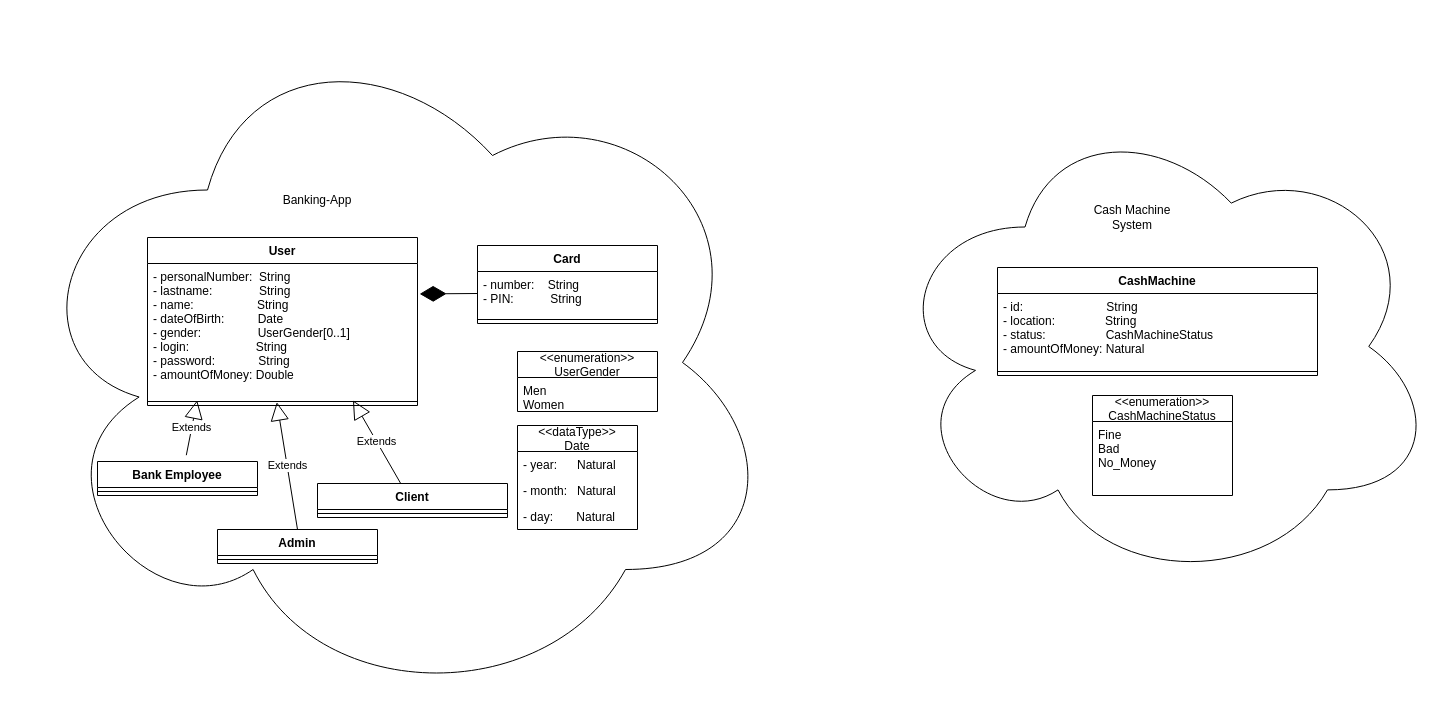
Before: docs/project_model.drawio in ramzesmosiej/banking-system, a draw.io diagram. Source tidied: cells renumbered, new cells numbered last; positions are measured from the earlier drawing's top-left corner, leaving out a move shared by most shapes. Both pictures are drawn from the tidied source at 100%, with x=0, y=0 at pixel (17, 17).
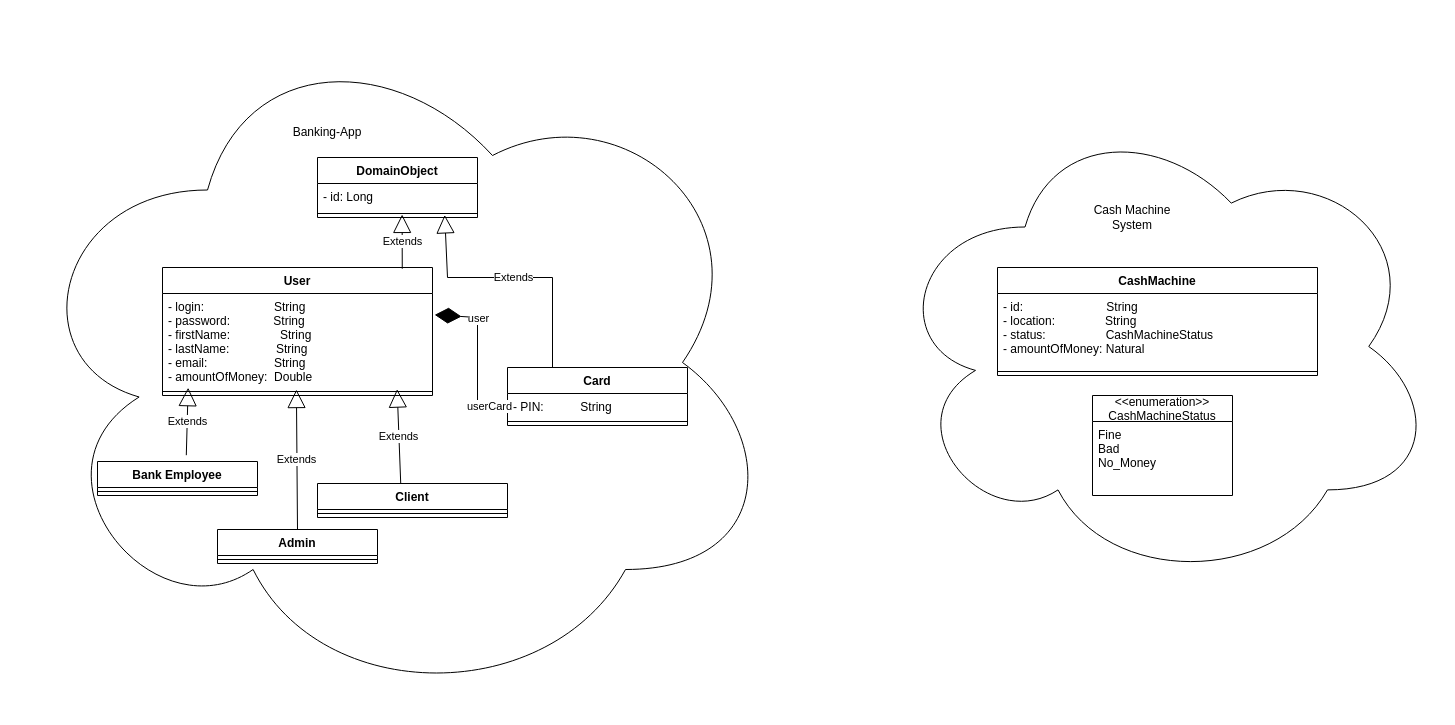
Above is the later version.

Commit message (it also covers changes not shown here):
correct diagram user entity

The change refers to these unchanged cells:
```xml
<mxCell id="16" value="Client" style="swimlane;fontStyle=1;align=center;verticalAlign=top;horizontal=1;startSize=26;" parent="1" vertex="1">
  <mxGeometry x="300" y="466" width="190" height="34" as="geometry" />
</mxCell>
<mxCell id="30" value="Admin" style="swimlane;fontStyle=1;align=center;verticalAlign=top;horizontal=1;startSize=26;" parent="1" vertex="1">
  <mxGeometry x="200" y="512" width="160" height="34" as="geometry" />
</mxCell>
```

Change to the diagram source:
```diff
@@
     <mxCell id="4" value="User" style="swimlane;fontStyle=1;align=center;verticalAlign=top;horizontal=1;startSize=26;" parent="1" vertex="1">
-      <mxGeometry x="130" y="220" width="270" height="168" as="geometry" />
+      <mxGeometry x="145" y="250" width="270" height="128" as="geometry" />
     </mxCell>
-    <mxCell id="5" value="- personalNumber:  String&#10;- lastname:              String&#10;- name:                   String&#10;- dateOfBirth:          Date&#10;- gender:                 UserGender[0..1]&#10;- login:                    String&#10;- password:             String&#10;- amountOfMoney: Double" style="text;strokeColor=none;fillColor=none;align=left;verticalAlign=top;spacingLeft=4;spacingRight=4;overflow=hidden;points=[[0,0.5],[1,0.5]];portConstraint=eastwest;" parent="4" vertex="1">
-      <mxGeometry y="26" width="270" height="134" as="geometry" />
+    <mxCell id="5" value="- login:                     String&#10;- password:             String&#10;- firstName:               String&#10;- lastName:              String&#10;- email:                    String&#10;- amountOfMoney:  Double" style="text;strokeColor=none;fillColor=none;align=left;verticalAlign=top;spacingLeft=4;spacingRight=4;overflow=hidden;points=[[0,0.5],[1,0.5]];portConstraint=eastwest;" parent="4" vertex="1">
+      <mxGeometry y="26" width="270" height="94" as="geometry" />
     </mxCell>
     <mxCell id="6" style="line;strokeWidth=1;fillColor=none;align=left;verticalAlign=middle;spacingTop=-1;spacingLeft=3;spacingRight=3;labelPosition=right;points=[];portConstraint=eastwest;strokeColor=inherit;" parent="4" vertex="1">
-      <mxGeometry y="160" width="270" height="8" as="geometry" />
+      <mxGeometry y="120" width="270" height="8" as="geometry" />
     </mxCell>
@@
-    <mxCell id="9" value="&lt;&lt;enumeration&gt;&gt;&#10;UserGender" style="swimlane;fontStyle=0;horizontal=1;startSize=26;fillColor=none;" parent="1" vertex="1">
-      <mxGeometry x="500" y="334" width="140" height="60" as="geometry" />
-    </mxCell>
-    <mxCell id="10" value="Men&#10;Women" style="text;strokeColor=none;fillColor=none;align=left;verticalAlign=top;spacingLeft=4;spacingRight=4;overflow=hidden;" parent="9" vertex="1">
-      <mxGeometry y="26" width="140" height="34" as="geometry" />
-    </mxCell>
-    <mxCell id="11" value="&lt;&lt;dataType&gt;&gt;&#10;Date" style="swimlane;fontStyle=0;horizontal=1;startSize=26;fillColor=none;" parent="1" vertex="1">
-      <mxGeometry x="500" y="408" width="120" height="104" as="geometry" />
-    </mxCell>
-    <mxCell id="12" value="- year:      Natural" style="text;strokeColor=none;fillColor=none;align=left;verticalAlign=top;spacingLeft=4;spacingRight=4;overflow=hidden;" parent="11" vertex="1">
-      <mxGeometry y="26" width="120" height="26" as="geometry" />
-    </mxCell>
-    <mxCell id="13" value="- month:   Natural" style="text;strokeColor=none;fillColor=none;align=left;verticalAlign=top;spacingLeft=4;spacingRight=4;overflow=hidden;" parent="11" vertex="1">
-      <mxGeometry y="52" width="120" height="26" as="geometry" />
-    </mxCell>
-    <mxCell id="14" value="- day:       Natural" style="text;strokeColor=none;fillColor=none;align=left;verticalAlign=top;spacingLeft=4;spacingRight=4;overflow=hidden;" parent="11" vertex="1">
-      <mxGeometry y="78" width="120" height="26" as="geometry" />
-    </mxCell>
-    <mxCell id="15" value="Extends" style="endArrow=block;endSize=16;endFill=0;html=1;rounded=0;entryX=0.184;entryY=0.363;entryDx=0;entryDy=0;entryPerimeter=0;exitX=0.555;exitY=-0.009;exitDx=0;exitDy=0;exitPerimeter=0;" parent="1" edge="1" target="6">
+    <mxCell id="15" value="Extends" style="endArrow=block;endSize=16;endFill=0;html=1;rounded=0;entryX=0.095;entryY=1.002;entryDx=0;entryDy=0;entryPerimeter=0;exitX=0.555;exitY=-0.009;exitDx=0;exitDy=0;exitPerimeter=0;" parent="1" edge="1" target="5">
       <mxGeometry relative="1" as="geometry">
         <mxPoint x="168.8" y="437.7" as="sourcePoint" />
       </mxGeometry>
     </mxCell>
@@
-    <mxCell id="18" value="Extends" style="endArrow=block;endSize=16;endFill=0;html=1;rounded=0;entryX=0.761;entryY=0.363;entryDx=0;entryDy=0;entryPerimeter=0;exitX=0.438;exitY=0;exitDx=0;exitDy=0;exitPerimeter=0;" parent="1" edge="1" source="16" target="6">
+    <mxCell id="18" value="Extends" style="endArrow=block;endSize=16;endFill=0;html=1;rounded=0;entryX=0.869;entryY=1.017;entryDx=0;entryDy=0;entryPerimeter=0;exitX=0.438;exitY=0;exitDx=0;exitDy=0;exitPerimeter=0;" parent="1" edge="1" source="16" target="5">
       <mxGeometry relative="1" as="geometry" />
     </mxCell>
     <mxCell id="19" value="Card" style="swimlane;fontStyle=1;align=center;verticalAlign=top;horizontal=1;startSize=26;" parent="1" vertex="1">
-      <mxGeometry x="460" y="228" width="180" height="78" as="geometry" />
+      <mxGeometry x="490" y="350" width="180" height="58" as="geometry" />
     </mxCell>
-    <mxCell id="20" value="- number:    String&#10;- PIN:           String&#10;" style="text;strokeColor=none;fillColor=none;align=left;verticalAlign=top;spacingLeft=4;spacingRight=4;overflow=hidden;points=[[0,0.5],[1,0.5]];portConstraint=eastwest;" parent="19" vertex="1">
-      <mxGeometry y="26" width="180" height="44" as="geometry" />
+    <mxCell id="20" value="- PIN:           String&#10;" style="text;strokeColor=none;fillColor=none;align=left;verticalAlign=top;spacingLeft=4;spacingRight=4;overflow=hidden;points=[[0,0.5],[1,0.5]];portConstraint=eastwest;" parent="19" vertex="1">
+      <mxGeometry y="26" width="180" height="24" as="geometry" />
     </mxCell>
     <mxCell id="21" style="line;strokeWidth=1;fillColor=none;align=left;verticalAlign=middle;spacingTop=-1;spacingLeft=3;spacingRight=3;labelPosition=right;strokeColor=inherit;" parent="19" vertex="1">
-      <mxGeometry y="70" width="180" height="8" as="geometry" />
+      <mxGeometry y="50" width="180" height="8" as="geometry" />
     </mxCell>
     <mxCell id="22" style="endArrow=diamondThin;endFill=1;endSize=24;html=1;rounded=0;entryX=1.008;entryY=0.227;entryDx=0;entryDy=0;entryPerimeter=0;exitX=0;exitY=0.5;exitDx=0;exitDy=0;" parent="1" edge="1" source="20" target="5">
-      <mxGeometry relative="1" as="geometry" />
+      <mxGeometry relative="1" as="geometry">
+        <Array as="points">
+          <mxPoint x="460" y="388" />
+          <mxPoint x="460" y="300" />
+        </Array>
+      </mxGeometry>
     </mxCell>
+    <mxCell id="33" value="user" style="edgeLabel;html=1;align=center;verticalAlign=middle;" parent="22" vertex="1">
+      <mxGeometry x="0.47" relative="1" as="geometry" />
+    </mxCell>
+    <mxCell id="34" value="userCard" style="edgeLabel;html=1;align=center;verticalAlign=middle;" parent="22" vertex="1">
+      <mxGeometry x="-0.76" relative="1" as="geometry" />
+    </mxCell>
     <mxCell id="23" value="Banking-App" style="text;html=1;strokeColor=none;fillColor=none;align=center;verticalAlign=middle;whiteSpace=wrap;rounded=0;" parent="1" vertex="1">
-      <mxGeometry x="260" y="168" width="80" height="30" as="geometry" />
+      <mxGeometry x="270" y="100" width="80" height="30" as="geometry" />
     </mxCell>
@@
-    <mxCell id="32" value="Extends" style="endArrow=block;endSize=16;endFill=0;html=1;rounded=0;exitX=0.5;exitY=0;exitDx=0;exitDy=0;entryX=0.479;entryY=0.583;entryDx=0;entryDy=0;entryPerimeter=0;" parent="1" edge="1" source="30" target="6">
+    <mxCell id="32" value="Extends" style="endArrow=block;endSize=16;endFill=0;html=1;rounded=0;exitX=0.5;exitY=0;exitDx=0;exitDy=0;entryX=0.496;entryY=0.254;entryDx=0;entryDy=0;entryPerimeter=0;" parent="1" edge="1" source="30" target="6">
       <mxGeometry relative="1" as="geometry" />
     </mxCell>
+    <mxCell id="35" value="DomainObject" style="swimlane;fontStyle=1;align=center;verticalAlign=top;horizontal=1;startSize=26;" parent="1" vertex="1">
+      <mxGeometry x="300" y="140" width="160" height="60" as="geometry" />
+    </mxCell>
+    <mxCell id="36" value="- id: Long" style="text;strokeColor=none;fillColor=none;align=left;verticalAlign=top;spacingLeft=4;spacingRight=4;overflow=hidden;" parent="35" vertex="1">
+      <mxGeometry y="26" width="160" height="26" as="geometry" />
+    </mxCell>
+    <mxCell id="37" style="line;strokeWidth=1;fillColor=none;align=left;verticalAlign=middle;spacingTop=-1;spacingLeft=3;spacingRight=3;labelPosition=right;points=[];portConstraint=eastwest;strokeColor=inherit;" parent="35" vertex="1">
+      <mxGeometry y="52" width="160" height="8" as="geometry" />
+    </mxCell>
+    <mxCell id="38" value="Extends" style="endArrow=block;endSize=16;endFill=0;html=1;rounded=0;exitX=0.888;exitY=0.01;exitDx=0;exitDy=0;entryX=0.529;entryY=0.618;entryDx=0;entryDy=0;entryPerimeter=0;exitPerimeter=0;" parent="1" edge="1" source="4" target="37">
+      <mxGeometry relative="1" as="geometry" />
+    </mxCell>
+    <mxCell id="39" value="Extends" style="endArrow=block;endSize=16;endFill=0;html=1;rounded=0;exitX=0.25;exitY=0;exitDx=0;exitDy=0;entryX=0.795;entryY=0.675;entryDx=0;entryDy=0;entryPerimeter=0;" parent="1" edge="1" source="19" target="37">
+      <mxGeometry relative="1" as="geometry">
+        <Array as="points">
+          <mxPoint x="535" y="260" />
+          <mxPoint x="430" y="260" />
+        </Array>
+      </mxGeometry>
+    </mxCell>
```
